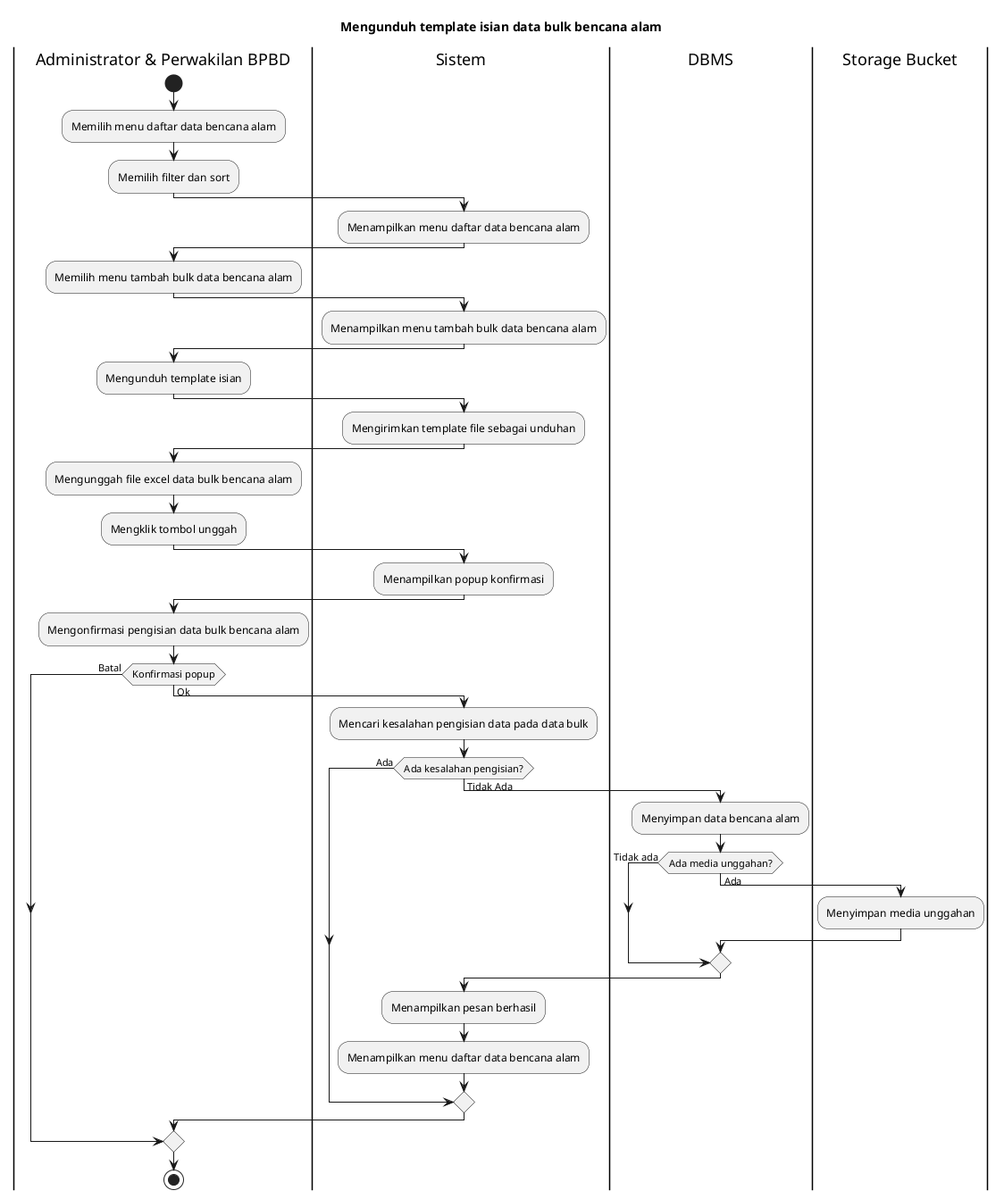
bagusNA/appl-diagrams keeps this PlantUML diagram as export/Activity Diagrams/UC-MGDISASTER - Manajemen Data Bencana/UC-MGDISASTER-012 - Mengunduh template isian data bulk bencana alam.png. Above is the earlier version.
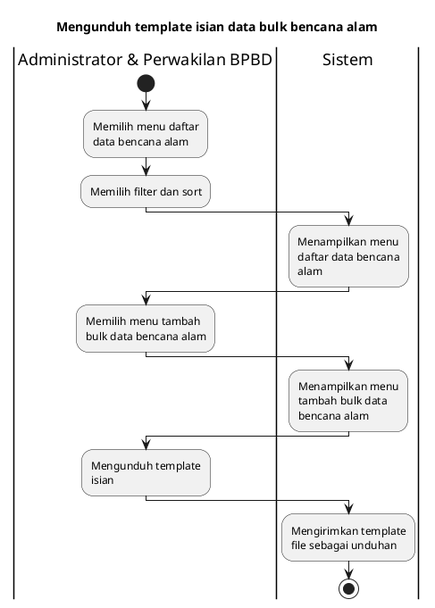
After the commit.

The edit, as a diff of the source:
```diff
@@ -1,4 +1,6 @@
 @startuml
+skinparam wrapWidth 140
+
 title Mengunduh template isian data bulk bencana alam
 
 |Administrator & Perwakilan BPBD|
@@ -21,38 +23,5 @@
 |Sistem|
 :Mengirimkan template file sebagai unduhan;
 
-|Administrator & Perwakilan BPBD|
-:Mengunggah file excel data bulk bencana alam;
-:Mengklik tombol unggah;
-
-|Sistem|
-:Menampilkan popup konfirmasi;
-
-|Administrator & Perwakilan BPBD|
-:Mengonfirmasi pengisian data bulk bencana alam;
-
-if (Konfirmasi popup) then (Batal)
-else (Ok)
-  |Sistem|
-  :Mencari kesalahan pengisian data pada data bulk;
-
-  if (Ada kesalahan pengisian?) then (Ada)
-  else (Tidak Ada)
-    |DBMS|
-    :Menyimpan data bencana alam;
-
-    if (Ada media unggahan?) then (Tidak ada)
-    else (Ada)
-      |Storage Bucket|
-      :Menyimpan media unggahan;
-    endif
-
-    |Sistem|
-    :Menampilkan pesan berhasil;
-    :Menampilkan menu daftar data bencana alam;
-  endif
-endif
-
-|Administrator & Perwakilan BPBD|
 stop
 @enduml
```
